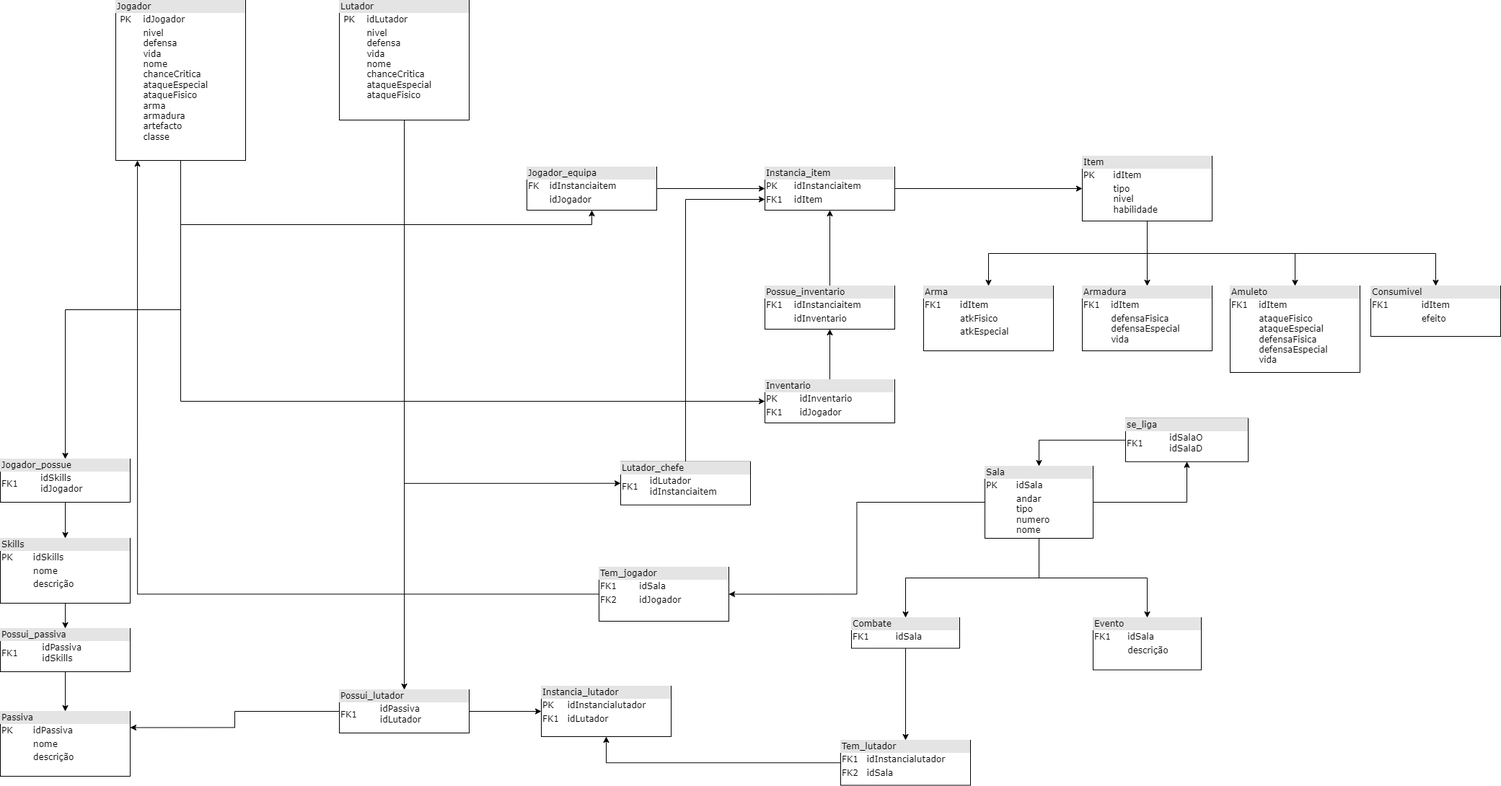
Before: docs/img/MKRelacionalNovo.png, a diagram exported from draw.io (SBD1/2024.1-MortalKombat). Source tidied: cells renumbered, new cells last; positions are measured from the earlier drawing's top-left corner, leaving out a move shared by most shapes.
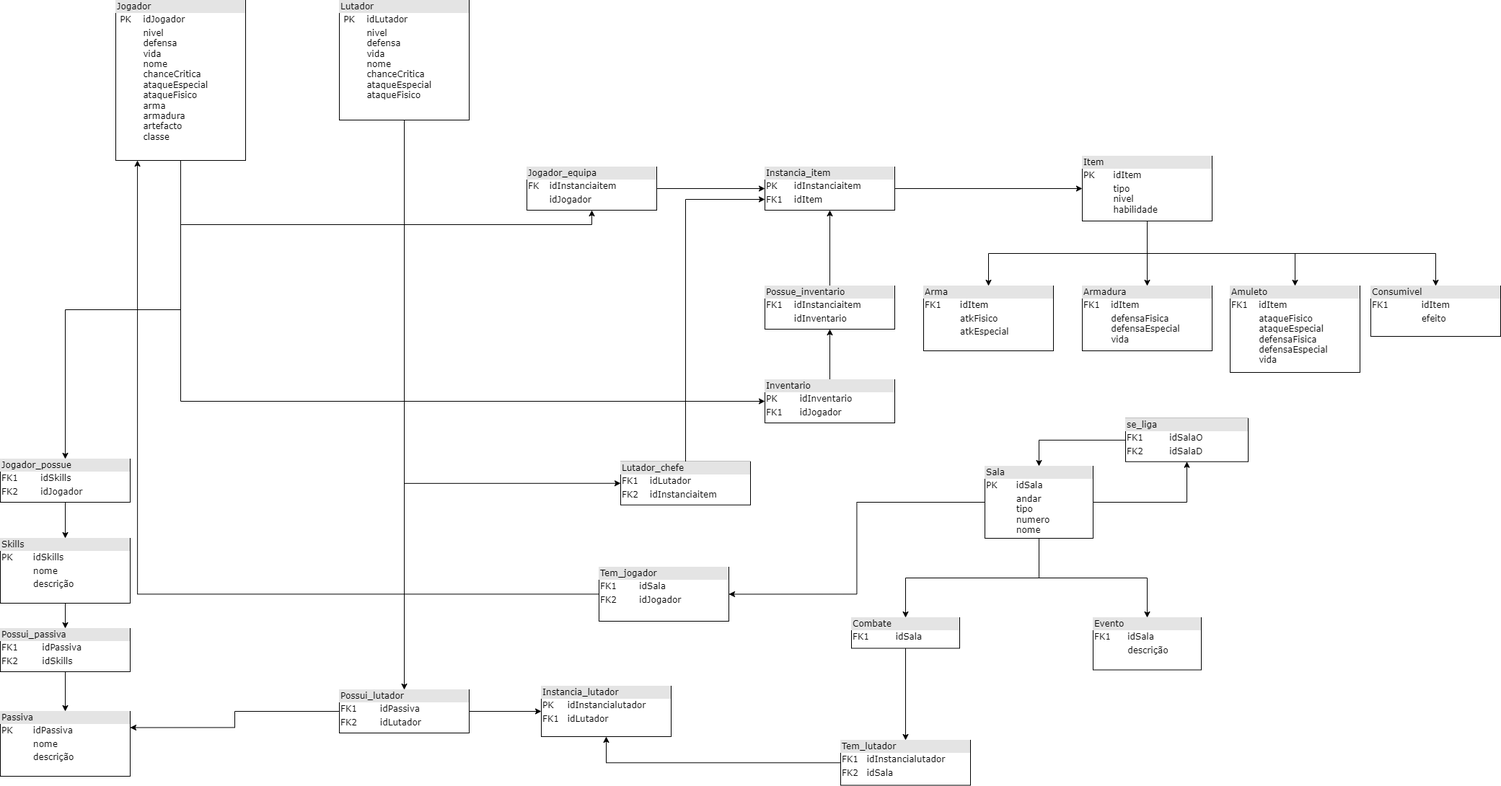
Later version of the same file.

Commit message:
nova correcao pra DR

What changed in the source:
```diff
@@ -26,7 +26,7 @@
     <mxCell id="9" style="edgeStyle=orthogonalEdgeStyle;rounded=0;jettySize=auto;html=1;entryX=0;entryY=0.5;entryDx=0;entryDy=0;" parent="1" edge="1" source="10" target="23">
       <mxGeometry relative="1" as="geometry" />
     </mxCell>
-    <mxCell id="10" value="&lt;div style=&quot;box-sizing: border-box ; width: 100% ; background: #e4e4e4 ; padding: 2px&quot;&gt;Possui_lutador&lt;/div&gt;&lt;table style=&quot;width: 100% ; font-size: 1em&quot; cellpadding=&quot;2&quot; cellspacing=&quot;0&quot;&gt;&lt;tbody&gt;&lt;tr&gt;&lt;td&gt;FK1&lt;/td&gt;&lt;td&gt;idPassiva&lt;br&gt;idLutador&lt;/td&gt;&lt;/tr&gt;&lt;tr&gt;&lt;td&gt;&lt;br&gt;&lt;/td&gt;&lt;td&gt;&lt;br&gt;&lt;/td&gt;&lt;/tr&gt;&lt;tr&gt;&lt;td&gt;&lt;/td&gt;&lt;td&gt;&lt;br&gt;&lt;/td&gt;&lt;/tr&gt;&lt;tr&gt;&lt;td&gt;&lt;br&gt;&lt;/td&gt;&lt;td&gt;&lt;br&gt;&lt;/td&gt;&lt;/tr&gt;&lt;/tbody&gt;&lt;/table&gt;" style="verticalAlign=top;align=left;overflow=fill;html=1;rounded=0;shadow=0;comic=0;labelBackgroundColor=none;strokeWidth=1;fontFamily=Verdana;fontSize=12;" parent="1" vertex="1">
+    <mxCell id="10" value="&lt;div style=&quot;box-sizing: border-box ; width: 100% ; background: #e4e4e4 ; padding: 2px&quot;&gt;Possui_lutador&lt;/div&gt;&lt;table style=&quot;width: 100% ; font-size: 1em&quot; cellpadding=&quot;2&quot; cellspacing=&quot;0&quot;&gt;&lt;tbody&gt;&lt;tr&gt;&lt;td&gt;FK1&lt;/td&gt;&lt;td&gt;idPassiva&lt;br&gt;&lt;/td&gt;&lt;/tr&gt;&lt;tr&gt;&lt;td&gt;FK2&lt;/td&gt;&lt;td&gt;idLutador&lt;/td&gt;&lt;/tr&gt;&lt;tr&gt;&lt;td&gt;&lt;/td&gt;&lt;td&gt;&lt;br&gt;&lt;/td&gt;&lt;/tr&gt;&lt;tr&gt;&lt;td&gt;&lt;br&gt;&lt;/td&gt;&lt;td&gt;&lt;br&gt;&lt;/td&gt;&lt;/tr&gt;&lt;/tbody&gt;&lt;/table&gt;" style="verticalAlign=top;align=left;overflow=fill;html=1;rounded=0;shadow=0;comic=0;labelBackgroundColor=none;strokeWidth=1;fontFamily=Verdana;fontSize=12;" parent="1" vertex="1">
       <mxGeometry x="470" y="956" width="180" height="60" as="geometry" />
     </mxCell>
     <mxCell id="11" style="edgeStyle=orthogonalEdgeStyle;rounded=0;jettySize=auto;html=1;entryX=0;entryY=0.5;entryDx=0;entryDy=0;exitX=0.5;exitY=1;exitDx=0;exitDy=0;" parent="1" edge="1" source="43" target="30">
@@ -50,7 +50,7 @@
     <mxCell id="17" style="edgeStyle=orthogonalEdgeStyle;rounded=0;jettySize=auto;html=1;entryX=0;entryY=0.75;entryDx=0;entryDy=0;exitX=0.5;exitY=0;exitDx=0;exitDy=0;" parent="1" edge="1" source="18" target="28">
       <mxGeometry relative="1" as="geometry" />
     </mxCell>
-    <mxCell id="18" value="&lt;div style=&quot;box-sizing:border-box;width:100%;background:#e4e4e4;padding:2px;&quot;&gt;Lutador_chefe&lt;/div&gt;&lt;table style=&quot;width:100%;font-size:1em;&quot; cellpadding=&quot;2&quot; cellspacing=&quot;0&quot;&gt;&lt;tbody&gt;&lt;tr&gt;&lt;td&gt;FK1&lt;/td&gt;&lt;td&gt;idLutador&lt;br&gt;idInstanciaitem&lt;/td&gt;&lt;/tr&gt;&lt;tr&gt;&lt;td&gt;&lt;br&gt;&lt;/td&gt;&lt;td&gt;&lt;br&gt;&lt;/td&gt;&lt;/tr&gt;&lt;tr&gt;&lt;td&gt;&lt;/td&gt;&lt;td&gt;&lt;br&gt;&lt;/td&gt;&lt;/tr&gt;&lt;/tbody&gt;&lt;/table&gt;" style="verticalAlign=top;align=left;overflow=fill;html=1;rounded=0;shadow=0;comic=0;labelBackgroundColor=none;strokeWidth=1;fontFamily=Verdana;fontSize=12;" parent="1" vertex="1">
+    <mxCell id="18" value="&lt;div style=&quot;box-sizing:border-box;width:100%;background:#e4e4e4;padding:2px;&quot;&gt;Lutador_chefe&lt;/div&gt;&lt;table style=&quot;width:100%;font-size:1em;&quot; cellpadding=&quot;2&quot; cellspacing=&quot;0&quot;&gt;&lt;tbody&gt;&lt;tr&gt;&lt;td&gt;FK1&lt;/td&gt;&lt;td&gt;idLutador&lt;br&gt;&lt;/td&gt;&lt;/tr&gt;&lt;tr&gt;&lt;td&gt;FK2&lt;/td&gt;&lt;td&gt;idInstanciaitem&lt;br&gt;&lt;/td&gt;&lt;/tr&gt;&lt;tr&gt;&lt;td&gt;&lt;/td&gt;&lt;td&gt;&lt;br&gt;&lt;/td&gt;&lt;/tr&gt;&lt;/tbody&gt;&lt;/table&gt;" style="verticalAlign=top;align=left;overflow=fill;html=1;rounded=0;shadow=0;comic=0;labelBackgroundColor=none;strokeWidth=1;fontFamily=Verdana;fontSize=12;" parent="1" vertex="1">
       <mxGeometry x="860" y="639.8" width="180" height="60" as="geometry" />
     </mxCell>
     <mxCell id="19" style="edgeStyle=orthogonalEdgeStyle;rounded=0;jettySize=auto;html=1;entryX=0.5;entryY=0;entryDx=0;entryDy=0;exitX=0.5;exitY=1;exitDx=0;exitDy=0;" parent="1" edge="1" source="45" target="22">
@@ -101,7 +101,7 @@
     <mxCell id="34" style="edgeStyle=orthogonalEdgeStyle;rounded=0;jettySize=auto;html=1;entryX=0.5;entryY=0;entryDx=0;entryDy=0;" parent="1" edge="1" source="35" target="33">
       <mxGeometry relative="1" as="geometry" />
     </mxCell>
-    <mxCell id="35" value="&lt;div style=&quot;box-sizing:border-box;width:100%;background:#e4e4e4;padding:2px;&quot;&gt;Possui_passiva&lt;/div&gt;&lt;table style=&quot;width:100%;font-size:1em;&quot; cellpadding=&quot;2&quot; cellspacing=&quot;0&quot;&gt;&lt;tbody&gt;&lt;tr&gt;&lt;td&gt;FK1&lt;/td&gt;&lt;td&gt;idPassiva&lt;br&gt;idSkills&lt;/td&gt;&lt;/tr&gt;&lt;tr&gt;&lt;td&gt;&lt;br&gt;&lt;/td&gt;&lt;td&gt;&lt;br&gt;&lt;/td&gt;&lt;/tr&gt;&lt;/tbody&gt;&lt;/table&gt;" style="verticalAlign=top;align=left;overflow=fill;html=1;rounded=0;shadow=0;comic=0;labelBackgroundColor=none;strokeWidth=1;fontFamily=Verdana;fontSize=12;" parent="1" vertex="1">
+    <mxCell id="35" value="&lt;div style=&quot;box-sizing:border-box;width:100%;background:#e4e4e4;padding:2px;&quot;&gt;Possui_passiva&lt;/div&gt;&lt;table style=&quot;width:100%;font-size:1em;&quot; cellpadding=&quot;2&quot; cellspacing=&quot;0&quot;&gt;&lt;tbody&gt;&lt;tr&gt;&lt;td&gt;FK1&lt;/td&gt;&lt;td&gt;idPassiva&lt;br&gt;&lt;/td&gt;&lt;/tr&gt;&lt;tr&gt;&lt;td&gt;FK2&lt;/td&gt;&lt;td&gt;idSkills&lt;/td&gt;&lt;/tr&gt;&lt;/tbody&gt;&lt;/table&gt;" style="verticalAlign=top;align=left;overflow=fill;html=1;rounded=0;shadow=0;comic=0;labelBackgroundColor=none;strokeWidth=1;fontFamily=Verdana;fontSize=12;" parent="1" vertex="1">
       <mxGeometry y="871" width="180" height="60" as="geometry" />
     </mxCell>
     <mxCell id="36" style="edgeStyle=orthogonalEdgeStyle;rounded=0;jettySize=auto;html=1;entryX=0.167;entryY=1;entryDx=0;entryDy=0;entryPerimeter=0;" parent="1" edge="1" source="37" target="43">
@@ -113,7 +113,7 @@
     <mxCell id="38" style="edgeStyle=orthogonalEdgeStyle;rounded=0;jettySize=auto;html=1;entryX=0.5;entryY=0;entryDx=0;entryDy=0;" parent="1" edge="1" source="39" target="3">
       <mxGeometry relative="1" as="geometry" />
     </mxCell>
-    <mxCell id="39" value="&lt;div style=&quot;box-sizing: border-box ; width: 100% ; background: #e4e4e4 ; padding: 2px&quot;&gt;Jogador_possue&lt;/div&gt;&lt;table style=&quot;width: 100% ; font-size: 1em&quot; cellpadding=&quot;2&quot; cellspacing=&quot;0&quot;&gt;&lt;tbody&gt;&lt;tr&gt;&lt;td&gt;FK1&lt;/td&gt;&lt;td&gt;idSkills&lt;br&gt;idJogador&lt;/td&gt;&lt;/tr&gt;&lt;tr&gt;&lt;td&gt;&lt;br&gt;&lt;/td&gt;&lt;td&gt;&lt;br&gt;&lt;/td&gt;&lt;/tr&gt;&lt;tr&gt;&lt;td&gt;&lt;/td&gt;&lt;td&gt;&lt;br&gt;&lt;/td&gt;&lt;/tr&gt;&lt;tr&gt;&lt;td&gt;&lt;br&gt;&lt;/td&gt;&lt;td&gt;&lt;br&gt;&lt;/td&gt;&lt;/tr&gt;&lt;tr&gt;&lt;td&gt;&lt;br&gt;&lt;/td&gt;&lt;td&gt;&lt;br&gt;&lt;/td&gt;&lt;/tr&gt;&lt;/tbody&gt;&lt;/table&gt;" style="verticalAlign=top;align=left;overflow=fill;html=1;rounded=0;shadow=0;comic=0;labelBackgroundColor=none;strokeWidth=1;fontFamily=Verdana;fontSize=12;" parent="1" vertex="1">
+    <mxCell id="39" value="&lt;div style=&quot;box-sizing: border-box ; width: 100% ; background: #e4e4e4 ; padding: 2px&quot;&gt;Jogador_possue&lt;/div&gt;&lt;table style=&quot;width: 100% ; font-size: 1em&quot; cellpadding=&quot;2&quot; cellspacing=&quot;0&quot;&gt;&lt;tbody&gt;&lt;tr&gt;&lt;td&gt;FK1&lt;/td&gt;&lt;td&gt;idSkills&lt;br&gt;&lt;/td&gt;&lt;/tr&gt;&lt;tr&gt;&lt;td&gt;FK2&lt;/td&gt;&lt;td&gt;idJogador&lt;/td&gt;&lt;/tr&gt;&lt;tr&gt;&lt;td&gt;&lt;br&gt;&lt;/td&gt;&lt;td&gt;&lt;br&gt;&lt;/td&gt;&lt;/tr&gt;&lt;tr&gt;&lt;td&gt;&lt;br&gt;&lt;/td&gt;&lt;td&gt;&lt;br&gt;&lt;/td&gt;&lt;/tr&gt;&lt;/tbody&gt;&lt;/table&gt;" style="verticalAlign=top;align=left;overflow=fill;html=1;rounded=0;shadow=0;comic=0;labelBackgroundColor=none;strokeWidth=1;fontFamily=Verdana;fontSize=12;" parent="1" vertex="1">
       <mxGeometry y="636" width="180" height="60" as="geometry" />
     </mxCell>
     <mxCell id="40" style="edgeStyle=orthogonalEdgeStyle;rounded=0;jettySize=auto;html=1;entryX=0.5;entryY=0;entryDx=0;entryDy=0;" parent="1" edge="1" source="7" target="25">
@@ -152,7 +152,7 @@
     <mxCell id="51" style="edgeStyle=orthogonalEdgeStyle;rounded=0;jettySize=auto;html=1;entryX=0.5;entryY=0;entryDx=0;entryDy=0;" parent="1" edge="1" source="52" target="50">
       <mxGeometry relative="1" as="geometry" />
     </mxCell>
-    <mxCell id="52" value="&lt;div style=&quot;box-sizing:border-box;width:100%;background:#e4e4e4;padding:2px;&quot;&gt;se_liga&lt;/div&gt;&lt;table style=&quot;width:100%;font-size:1em;&quot; cellpadding=&quot;2&quot; cellspacing=&quot;0&quot;&gt;&lt;tbody&gt;&lt;tr&gt;&lt;td&gt;FK1&lt;/td&gt;&lt;td&gt;idSalaO&lt;br&gt;idSalaD&lt;/td&gt;&lt;/tr&gt;&lt;tr&gt;&lt;td&gt;&lt;br&gt;&lt;/td&gt;&lt;td&gt;&lt;br&gt;&lt;/td&gt;&lt;/tr&gt;&lt;tr&gt;&lt;td&gt;&lt;/td&gt;&lt;td&gt;&lt;br&gt;&lt;/td&gt;&lt;/tr&gt;&lt;/tbody&gt;&lt;/table&gt;" style="verticalAlign=top;align=left;overflow=fill;html=1;rounded=0;shadow=0;comic=0;labelBackgroundColor=none;strokeWidth=1;fontFamily=Verdana;fontSize=12;" parent="1" vertex="1">
+    <mxCell id="52" value="&lt;div style=&quot;box-sizing:border-box;width:100%;background:#e4e4e4;padding:2px;&quot;&gt;se_liga&lt;/div&gt;&lt;table style=&quot;width:100%;font-size:1em;&quot; cellpadding=&quot;2&quot; cellspacing=&quot;0&quot;&gt;&lt;tbody&gt;&lt;tr&gt;&lt;td&gt;FK1&lt;/td&gt;&lt;td&gt;idSalaO&lt;br&gt;&lt;/td&gt;&lt;/tr&gt;&lt;tr&gt;&lt;td&gt;FK2&lt;/td&gt;&lt;td&gt;idSalaD&lt;br&gt;&lt;/td&gt;&lt;/tr&gt;&lt;tr&gt;&lt;td&gt;&lt;/td&gt;&lt;td&gt;&lt;br&gt;&lt;/td&gt;&lt;/tr&gt;&lt;/tbody&gt;&lt;/table&gt;" style="verticalAlign=top;align=left;overflow=fill;html=1;rounded=0;shadow=0;comic=0;labelBackgroundColor=none;strokeWidth=1;fontFamily=Verdana;fontSize=12;" parent="1" vertex="1">
       <mxGeometry x="1560" y="579.8" width="170" height="60" as="geometry" />
     </mxCell>
   </root>
```
